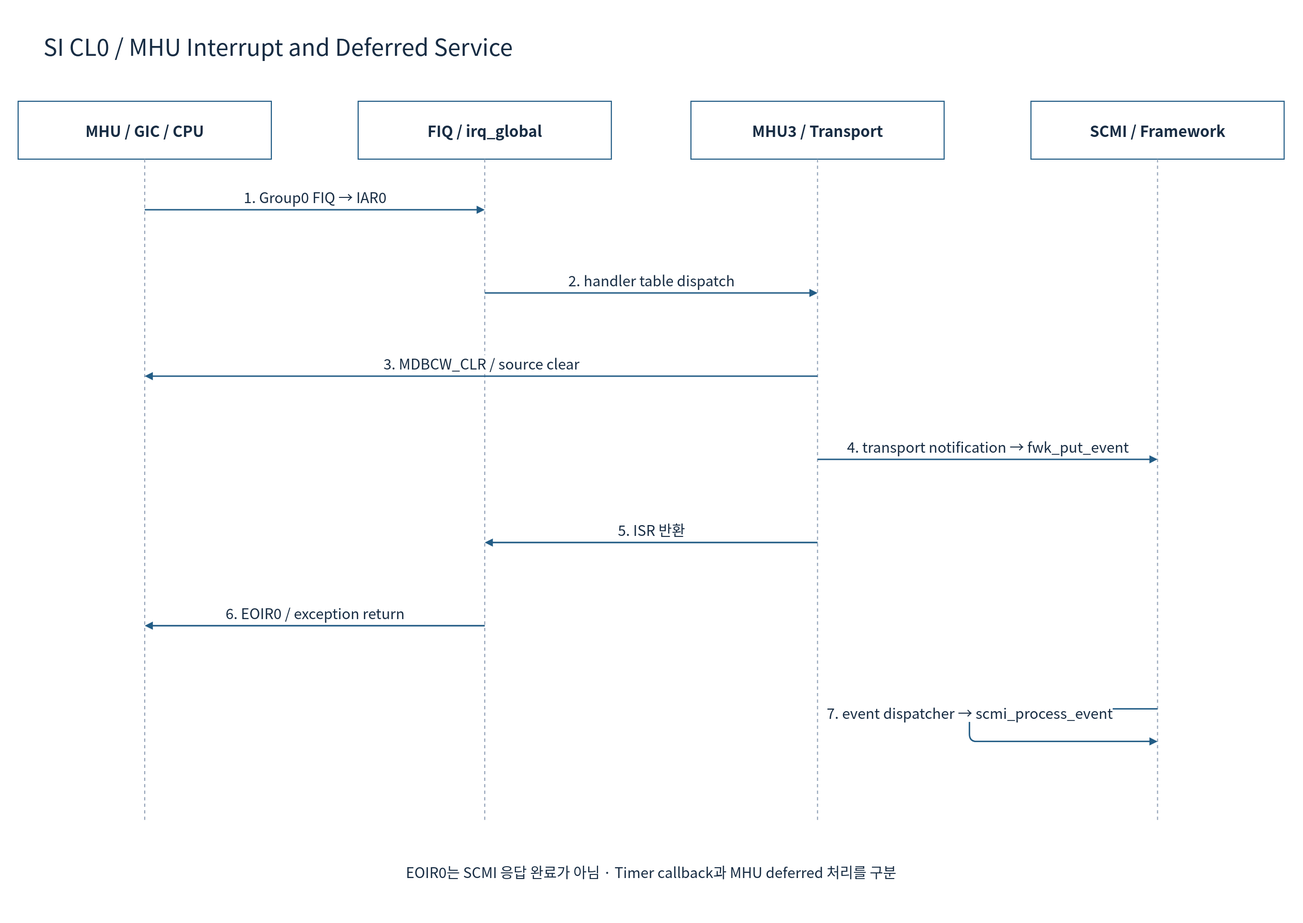
This is doc/phase1/interrupt/diagrams/09e-scp-sequence.drawio.svg from cometzero/project-apollo, a draw.io export, as it was before one commit. Source tidied: cells renumbered, new cells last; positions are measured from the earlier drawing's top-left corner, leaving out a move shared by most shapes. Its diagram source:
```xml
<mxGraphModel background="#FFFFFF">
  <root>
    <mxCell id="0" />
    <mxCell id="1" parent="0" />
    <mxCell id="2" style="rounded=0;whiteSpace=wrap;html=1;fillColor=#FFFFFF;strokeColor=none;strokeWidth=1.5;fontColor=#172C43;fontFamily=Noto Sans CJK KR;fontSize=22;spacing=10;" parent="1" vertex="1">
      <mxGeometry width="1800" height="1275" as="geometry" />
    </mxCell>
    <mxCell id="3" value="SI CL0 / MHU Interrupt and Deferred Service" style="rounded=0;whiteSpace=wrap;html=1;fillColor=#FFFFFF;strokeColor=none;strokeWidth=1.5;fontColor=#172C43;fontFamily=Noto Sans CJK KR;fontSize=22;spacing=10;fontSize=32;align=left;" parent="1" vertex="1">
      <mxGeometry x="50" y="30" width="1700" height="65" as="geometry" />
    </mxCell>
    <mxCell id="4" value="MHU / GIC / CPU" style="rounded=0;whiteSpace=wrap;html=1;fillColor=#FFFFFF;strokeColor=#235D86;strokeWidth=1.5;fontColor=#172C43;fontFamily=Noto Sans CJK KR;fontSize=22;spacing=10;fontStyle=1;fontSize=21;" parent="1" vertex="1">
      <mxGeometry x="25" y="140" width="350" height="80" as="geometry" />
    </mxCell>
    <mxCell id="5" style="endArrow=none;dashed=1;strokeColor=#94A3B8;strokeWidth=1.5;" parent="1" edge="1">
      <mxGeometry relative="1" as="geometry">
        <mxPoint x="200" y="220" as="sourcePoint" />
        <mxPoint x="200" y="1135" as="targetPoint" />
      </mxGeometry>
    </mxCell>
    <mxCell id="6" value="FIQ / irq_global" style="rounded=0;whiteSpace=wrap;html=1;fillColor=#FFFFFF;strokeColor=#235D86;strokeWidth=1.5;fontColor=#172C43;fontFamily=Noto Sans CJK KR;fontSize=22;spacing=10;fontStyle=1;fontSize=21;" parent="1" vertex="1">
      <mxGeometry x="495" y="140" width="350" height="80" as="geometry" />
    </mxCell>
    <mxCell id="7" style="endArrow=none;dashed=1;strokeColor=#94A3B8;strokeWidth=1.5;" parent="1" edge="1">
      <mxGeometry relative="1" as="geometry">
        <mxPoint x="670" y="220" as="sourcePoint" />
        <mxPoint x="670" y="1135" as="targetPoint" />
      </mxGeometry>
    </mxCell>
    <mxCell id="8" value="MHU3 / Transport" style="rounded=0;whiteSpace=wrap;html=1;fillColor=#FFFFFF;strokeColor=#235D86;strokeWidth=1.5;fontColor=#172C43;fontFamily=Noto Sans CJK KR;fontSize=22;spacing=10;fontStyle=1;fontSize=21;" parent="1" vertex="1">
      <mxGeometry x="955" y="140" width="350" height="80" as="geometry" />
    </mxCell>
    <mxCell id="9" style="endArrow=none;dashed=1;strokeColor=#94A3B8;strokeWidth=1.5;" parent="1" edge="1">
      <mxGeometry relative="1" as="geometry">
        <mxPoint x="1130" y="220" as="sourcePoint" />
        <mxPoint x="1130" y="1135" as="targetPoint" />
      </mxGeometry>
    </mxCell>
    <mxCell id="10" value="SCMI / Framework" style="rounded=0;whiteSpace=wrap;html=1;fillColor=#FFFFFF;strokeColor=#235D86;strokeWidth=1.5;fontColor=#172C43;fontFamily=Noto Sans CJK KR;fontSize=22;spacing=10;fontStyle=1;fontSize=21;" parent="1" vertex="1">
      <mxGeometry x="1425" y="140" width="350" height="80" as="geometry" />
    </mxCell>
    <mxCell id="11" style="endArrow=none;dashed=1;strokeColor=#94A3B8;strokeWidth=1.5;" parent="1" edge="1">
      <mxGeometry relative="1" as="geometry">
        <mxPoint x="1600" y="220" as="sourcePoint" />
        <mxPoint x="1600" y="1135" as="targetPoint" />
      </mxGeometry>
    </mxCell>
    <mxCell id="12" value="1. Group0 FIQ → IAR0" style="edgeStyle=none;html=1;endArrow=block;endFill=1;strokeColor=#235D86;strokeWidth=2;fontColor=#172C43;fontFamily=Noto Sans CJK KR;fontSize=20;labelBackgroundColor=#FFFFFF;" parent="1" edge="1">
      <mxGeometry relative="1" as="geometry">
        <mxPoint x="200" y="290" as="sourcePoint" />
        <mxPoint x="670" y="290" as="targetPoint" />
        <mxPoint y="-18" as="offset" />
      </mxGeometry>
    </mxCell>
    <mxCell id="13" value="2. handler table dispatch" style="edgeStyle=none;html=1;endArrow=block;endFill=1;strokeColor=#235D86;strokeWidth=2;fontColor=#172C43;fontFamily=Noto Sans CJK KR;fontSize=20;labelBackgroundColor=#FFFFFF;" parent="1" edge="1">
      <mxGeometry relative="1" as="geometry">
        <mxPoint x="670" y="405" as="sourcePoint" />
        <mxPoint x="1130" y="405" as="targetPoint" />
        <mxPoint y="-18" as="offset" />
      </mxGeometry>
    </mxCell>
    <mxCell id="14" value="3. MDBCW_CLR / source clear" style="edgeStyle=none;html=1;endArrow=block;endFill=1;strokeColor=#235D86;strokeWidth=2;fontColor=#172C43;fontFamily=Noto Sans CJK KR;fontSize=20;labelBackgroundColor=#FFFFFF;" parent="1" edge="1">
      <mxGeometry relative="1" as="geometry">
        <mxPoint x="1130" y="520" as="sourcePoint" />
        <mxPoint x="200" y="520" as="targetPoint" />
        <mxPoint y="-18" as="offset" />
      </mxGeometry>
    </mxCell>
    <mxCell id="15" value="4. transport notification → fwk_put_event" style="edgeStyle=none;html=1;endArrow=block;endFill=1;strokeColor=#235D86;strokeWidth=2;fontColor=#172C43;fontFamily=Noto Sans CJK KR;fontSize=20;labelBackgroundColor=#FFFFFF;" parent="1" edge="1">
      <mxGeometry relative="1" as="geometry">
        <mxPoint x="1130" y="635" as="sourcePoint" />
        <mxPoint x="1600" y="635" as="targetPoint" />
        <mxPoint y="-18" as="offset" />
      </mxGeometry>
    </mxCell>
    <mxCell id="16" value="5. ISR 반환" style="edgeStyle=none;html=1;endArrow=block;endFill=1;strokeColor=#235D86;strokeWidth=2;fontColor=#172C43;fontFamily=Noto Sans CJK KR;fontSize=20;labelBackgroundColor=#FFFFFF;" parent="1" edge="1">
      <mxGeometry relative="1" as="geometry">
        <mxPoint x="1130" y="750" as="sourcePoint" />
        <mxPoint x="670" y="750" as="targetPoint" />
        <mxPoint y="-18" as="offset" />
      </mxGeometry>
    </mxCell>
    <mxCell id="17" value="6. EOIR0 / exception return" style="edgeStyle=none;html=1;endArrow=block;endFill=1;strokeColor=#235D86;strokeWidth=2;fontColor=#172C43;fontFamily=Noto Sans CJK KR;fontSize=20;labelBackgroundColor=#FFFFFF;" parent="1" edge="1">
      <mxGeometry relative="1" as="geometry">
        <mxPoint x="670" y="865" as="sourcePoint" />
        <mxPoint x="200" y="865" as="targetPoint" />
        <mxPoint y="-18" as="offset" />
      </mxGeometry>
    </mxCell>
    <mxCell id="18" value="7. event dispatcher → scmi_process_event" style="edgeStyle=none;html=1;endArrow=block;endFill=1;strokeColor=#235D86;strokeWidth=2;fontColor=#172C43;fontFamily=Noto Sans CJK KR;fontSize=20;labelBackgroundColor=#FFFFFF;" parent="1" edge="1">
      <mxGeometry relative="1" as="geometry">
        <mxPoint x="1600" y="980" as="sourcePoint" />
        <mxPoint x="1600" y="1025" as="targetPoint" />
        <Array as="points">
          <mxPoint x="1340" y="980" />
          <mxPoint x="1340" y="1025" />
        </Array>
        <mxPoint y="-18" as="offset" />
      </mxGeometry>
    </mxCell>
    <mxCell id="19" value="EOIR0는 SCMI 응답 완료가 아님 · Timer callback과 MHU deferred 처리를 구분" style="rounded=0;whiteSpace=wrap;html=1;fillColor=#FFFFFF;strokeColor=none;strokeWidth=1.5;fontColor=#172C43;fontFamily=Noto Sans CJK KR;fontSize=22;spacing=10;fontSize=20;" parent="1" vertex="1">
      <mxGeometry x="50" y="1175" width="1700" height="60" as="geometry" />
    </mxCell>
  </root>
</mxGraphModel>
```
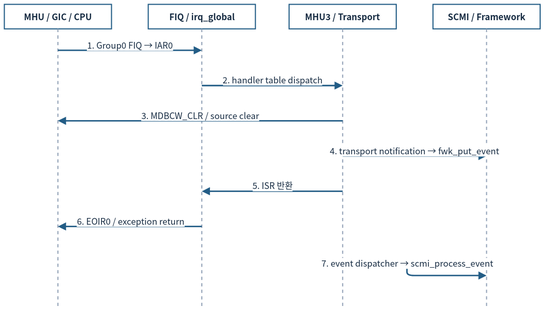
After the change.

What changed in the source:
```diff
@@ -2,103 +2,94 @@
   <root>
     <mxCell id="0" />
     <mxCell id="1" parent="0" />
-    <mxCell id="2" style="rounded=0;whiteSpace=wrap;html=1;fillColor=#FFFFFF;strokeColor=none;strokeWidth=1.5;fontColor=#172C43;fontFamily=Noto Sans CJK KR;fontSize=22;spacing=10;" parent="1" vertex="1">
-      <mxGeometry width="1800" height="1275" as="geometry" />
-    </mxCell>
-    <mxCell id="3" value="SI CL0 / MHU Interrupt and Deferred Service" style="rounded=0;whiteSpace=wrap;html=1;fillColor=#FFFFFF;strokeColor=none;strokeWidth=1.5;fontColor=#172C43;fontFamily=Noto Sans CJK KR;fontSize=22;spacing=10;fontSize=32;align=left;" parent="1" vertex="1">
-      <mxGeometry x="50" y="30" width="1700" height="65" as="geometry" />
-    </mxCell>
-    <mxCell id="4" value="MHU / GIC / CPU" style="rounded=0;whiteSpace=wrap;html=1;fillColor=#FFFFFF;strokeColor=#235D86;strokeWidth=1.5;fontColor=#172C43;fontFamily=Noto Sans CJK KR;fontSize=22;spacing=10;fontStyle=1;fontSize=21;" parent="1" vertex="1">
-      <mxGeometry x="25" y="140" width="350" height="80" as="geometry" />
+    <mxCell id="4" value="MHU / GIC / CPU" style="rounded=0;whiteSpace=wrap;html=1;fillColor=#FFFFFF;strokeColor=#235D86;strokeWidth=1.5;fontColor=#172C43;fontFamily=Noto Sans CJK KR;fontStyle=1;fontSize=12;spacing=3;whiteSpace=wrap;" parent="1" vertex="1">
+      <mxGeometry x="12" y="12" width="148" height="33.8" as="geometry" />
     </mxCell>
-    <mxCell id="5" style="endArrow=none;dashed=1;strokeColor=#94A3B8;strokeWidth=1.5;" parent="1" edge="1">
+    <mxCell id="5" style="endArrow=none;dashed=1;strokeColor=#94A3B8;strokeWidth=1.5;fontSize=12;spacing=3;whiteSpace=nowrap;" parent="1" edge="1">
       <mxGeometry relative="1" as="geometry">
-        <mxPoint x="200" y="220" as="sourcePoint" />
-        <mxPoint x="200" y="1135" as="targetPoint" />
+        <mxPoint x="86" y="45.8" as="sourcePoint" />
+        <mxPoint x="86" y="432.7" as="targetPoint" />
       </mxGeometry>
     </mxCell>
-    <mxCell id="6" value="FIQ / irq_global" style="rounded=0;whiteSpace=wrap;html=1;fillColor=#FFFFFF;strokeColor=#235D86;strokeWidth=1.5;fontColor=#172C43;fontFamily=Noto Sans CJK KR;fontSize=22;spacing=10;fontStyle=1;fontSize=21;" parent="1" vertex="1">
-      <mxGeometry x="495" y="140" width="350" height="80" as="geometry" />
+    <mxCell id="6" value="FIQ / irq_global" style="rounded=0;whiteSpace=wrap;html=1;fillColor=#FFFFFF;strokeColor=#235D86;strokeWidth=1.5;fontColor=#172C43;fontFamily=Noto Sans CJK KR;fontStyle=1;fontSize=12;spacing=3;whiteSpace=wrap;" parent="1" vertex="1">
+      <mxGeometry x="210.7" y="12" width="148" height="33.8" as="geometry" />
     </mxCell>
-    <mxCell id="7" style="endArrow=none;dashed=1;strokeColor=#94A3B8;strokeWidth=1.5;" parent="1" edge="1">
+    <mxCell id="7" style="endArrow=none;dashed=1;strokeColor=#94A3B8;strokeWidth=1.5;fontSize=12;spacing=3;whiteSpace=nowrap;" parent="1" edge="1">
       <mxGeometry relative="1" as="geometry">
-        <mxPoint x="670" y="220" as="sourcePoint" />
-        <mxPoint x="670" y="1135" as="targetPoint" />
+        <mxPoint x="284.7" y="45.8" as="sourcePoint" />
+        <mxPoint x="284.7" y="432.7" as="targetPoint" />
       </mxGeometry>
     </mxCell>
-    <mxCell id="8" value="MHU3 / Transport" style="rounded=0;whiteSpace=wrap;html=1;fillColor=#FFFFFF;strokeColor=#235D86;strokeWidth=1.5;fontColor=#172C43;fontFamily=Noto Sans CJK KR;fontSize=22;spacing=10;fontStyle=1;fontSize=21;" parent="1" vertex="1">
-      <mxGeometry x="955" y="140" width="350" height="80" as="geometry" />
+    <mxCell id="8" value="MHU3 / Transport" style="rounded=0;whiteSpace=wrap;html=1;fillColor=#FFFFFF;strokeColor=#235D86;strokeWidth=1.5;fontColor=#172C43;fontFamily=Noto Sans CJK KR;fontStyle=1;fontSize=12;spacing=3;whiteSpace=wrap;" parent="1" vertex="1">
+      <mxGeometry x="405.3" y="12" width="148" height="33.8" as="geometry" />
     </mxCell>
-    <mxCell id="9" style="endArrow=none;dashed=1;strokeColor=#94A3B8;strokeWidth=1.5;" parent="1" edge="1">
+    <mxCell id="9" style="endArrow=none;dashed=1;strokeColor=#94A3B8;strokeWidth=1.5;fontSize=12;spacing=3;whiteSpace=nowrap;" parent="1" edge="1">
       <mxGeometry relative="1" as="geometry">
-        <mxPoint x="1130" y="220" as="sourcePoint" />
-        <mxPoint x="1130" y="1135" as="targetPoint" />
+        <mxPoint x="479.3" y="45.8" as="sourcePoint" />
+        <mxPoint x="479.3" y="432.7" as="targetPoint" />
       </mxGeometry>
     </mxCell>
-    <mxCell id="10" value="SCMI / Framework" style="rounded=0;whiteSpace=wrap;html=1;fillColor=#FFFFFF;strokeColor=#235D86;strokeWidth=1.5;fontColor=#172C43;fontFamily=Noto Sans CJK KR;fontSize=22;spacing=10;fontStyle=1;fontSize=21;" parent="1" vertex="1">
-      <mxGeometry x="1425" y="140" width="350" height="80" as="geometry" />
+    <mxCell id="10" value="SCMI / Framework" style="rounded=0;whiteSpace=wrap;html=1;fillColor=#FFFFFF;strokeColor=#235D86;strokeWidth=1.5;fontColor=#172C43;fontFamily=Noto Sans CJK KR;fontStyle=1;fontSize=12;spacing=3;whiteSpace=wrap;" parent="1" vertex="1">
+      <mxGeometry x="604" y="12" width="148" height="33.8" as="geometry" />
     </mxCell>
-    <mxCell id="11" style="endArrow=none;dashed=1;strokeColor=#94A3B8;strokeWidth=1.5;" parent="1" edge="1">
+    <mxCell id="11" style="endArrow=none;dashed=1;strokeColor=#94A3B8;strokeWidth=1.5;fontSize=12;spacing=3;whiteSpace=nowrap;" parent="1" edge="1">
       <mxGeometry relative="1" as="geometry">
-        <mxPoint x="1600" y="220" as="sourcePoint" />
-        <mxPoint x="1600" y="1135" as="targetPoint" />
+        <mxPoint x="678" y="45.8" as="sourcePoint" />
+        <mxPoint x="678" y="432.7" as="targetPoint" />
       </mxGeometry>
     </mxCell>
-    <mxCell id="12" value="1. Group0 FIQ → IAR0" style="edgeStyle=none;html=1;endArrow=block;endFill=1;strokeColor=#235D86;strokeWidth=2;fontColor=#172C43;fontFamily=Noto Sans CJK KR;fontSize=20;labelBackgroundColor=#FFFFFF;" parent="1" edge="1">
+    <mxCell id="12" value="1. Group0 FIQ → IAR0" style="edgeStyle=none;html=1;endArrow=block;endFill=1;strokeColor=#235D86;strokeWidth=2;fontColor=#172C43;fontFamily=Noto Sans CJK KR;labelBackgroundColor=#FFFFFF;fontSize=12;spacing=3;whiteSpace=nowrap;" parent="1" edge="1">
       <mxGeometry relative="1" as="geometry">
-        <mxPoint x="200" y="290" as="sourcePoint" />
-        <mxPoint x="670" y="290" as="targetPoint" />
-        <mxPoint y="-18" as="offset" />
+        <mxPoint x="86" y="75.4" as="sourcePoint" />
+        <mxPoint x="284.7" y="75.4" as="targetPoint" />
+        <mxPoint y="-7.6" as="offset" />
       </mxGeometry>
     </mxCell>
-    <mxCell id="13" value="2. handler table dispatch" style="edgeStyle=none;html=1;endArrow=block;endFill=1;strokeColor=#235D86;strokeWidth=2;fontColor=#172C43;fontFamily=Noto Sans CJK KR;fontSize=20;labelBackgroundColor=#FFFFFF;" parent="1" edge="1">
+    <mxCell id="13" value="2. handler table dispatch" style="edgeStyle=none;html=1;endArrow=block;endFill=1;strokeColor=#235D86;strokeWidth=2;fontColor=#172C43;fontFamily=Noto Sans CJK KR;labelBackgroundColor=#FFFFFF;fontSize=12;spacing=3;whiteSpace=nowrap;" parent="1" edge="1">
       <mxGeometry relative="1" as="geometry">
-        <mxPoint x="670" y="405" as="sourcePoint" />
-        <mxPoint x="1130" y="405" as="targetPoint" />
-        <mxPoint y="-18" as="offset" />
+        <mxPoint x="284.7" y="124.1" as="sourcePoint" />
+        <mxPoint x="479.3" y="124.1" as="targetPoint" />
+        <mxPoint y="-7.6" as="offset" />
       </mxGeometry>
     </mxCell>
-    <mxCell id="14" value="3. MDBCW_CLR / source clear" style="edgeStyle=none;html=1;endArrow=block;endFill=1;strokeColor=#235D86;strokeWidth=2;fontColor=#172C43;fontFamily=Noto Sans CJK KR;fontSize=20;labelBackgroundColor=#FFFFFF;" parent="1" edge="1">
+    <mxCell id="14" value="3. MDBCW_CLR / source clear" style="edgeStyle=none;html=1;endArrow=block;endFill=1;strokeColor=#235D86;strokeWidth=2;fontColor=#172C43;fontFamily=Noto Sans CJK KR;labelBackgroundColor=#FFFFFF;fontSize=12;spacing=3;whiteSpace=nowrap;" parent="1" edge="1">
       <mxGeometry relative="1" as="geometry">
-        <mxPoint x="1130" y="520" as="sourcePoint" />
-        <mxPoint x="200" y="520" as="targetPoint" />
-        <mxPoint y="-18" as="offset" />
+        <mxPoint x="479.3" y="172.7" as="sourcePoint" />
+        <mxPoint x="86" y="172.7" as="targetPoint" />
+        <mxPoint y="-7.6" as="offset" />
       </mxGeometry>
     </mxCell>
-    <mxCell id="15" value="4. transport notification → fwk_put_event" style="edgeStyle=none;html=1;endArrow=block;endFill=1;strokeColor=#235D86;strokeWidth=2;fontColor=#172C43;fontFamily=Noto Sans CJK KR;fontSize=20;labelBackgroundColor=#FFFFFF;" parent="1" edge="1">
+    <mxCell id="15" value="4. transport notification → fwk_put_event" style="edgeStyle=none;html=1;endArrow=block;endFill=1;strokeColor=#235D86;strokeWidth=2;fontColor=#172C43;fontFamily=Noto Sans CJK KR;labelBackgroundColor=#FFFFFF;fontSize=12;spacing=3;whiteSpace=nowrap;" parent="1" edge="1">
       <mxGeometry relative="1" as="geometry">
-        <mxPoint x="1130" y="635" as="sourcePoint" />
-        <mxPoint x="1600" y="635" as="targetPoint" />
-        <mxPoint y="-18" as="offset" />
+        <mxPoint x="479.3" y="221.3" as="sourcePoint" />
+        <mxPoint x="678" y="221.3" as="targetPoint" />
+        <mxPoint y="-7.6" as="offset" />
       </mxGeometry>
     </mxCell>
-    <mxCell id="16" value="5. ISR 반환" style="edgeStyle=none;html=1;endArrow=block;endFill=1;strokeColor=#235D86;strokeWidth=2;fontColor=#172C43;fontFamily=Noto Sans CJK KR;fontSize=20;labelBackgroundColor=#FFFFFF;" parent="1" edge="1">
+    <mxCell id="16" value="5. ISR 반환" style="edgeStyle=none;html=1;endArrow=block;endFill=1;strokeColor=#235D86;strokeWidth=2;fontColor=#172C43;fontFamily=Noto Sans CJK KR;labelBackgroundColor=#FFFFFF;fontSize=12;spacing=3;whiteSpace=nowrap;" parent="1" edge="1">
       <mxGeometry relative="1" as="geometry">
-        <mxPoint x="1130" y="750" as="sourcePoint" />
-        <mxPoint x="670" y="750" as="targetPoint" />
-        <mxPoint y="-18" as="offset" />
+        <mxPoint x="479.3" y="269.9" as="sourcePoint" />
+        <mxPoint x="284.7" y="269.9" as="targetPoint" />
+        <mxPoint y="-7.6" as="offset" />
       </mxGeometry>
     </mxCell>
-    <mxCell id="17" value="6. EOIR0 / exception return" style="edgeStyle=none;html=1;endArrow=block;endFill=1;strokeColor=#235D86;strokeWidth=2;fontColor=#172C43;fontFamily=Noto Sans CJK KR;fontSize=20;labelBackgroundColor=#FFFFFF;" parent="1" edge="1">
+    <mxCell id="17" value="6. EOIR0 / exception return" style="edgeStyle=none;html=1;endArrow=block;endFill=1;strokeColor=#235D86;strokeWidth=2;fontColor=#172C43;fontFamily=Noto Sans CJK KR;labelBackgroundColor=#FFFFFF;fontSize=12;spacing=3;whiteSpace=nowrap;" parent="1" edge="1">
       <mxGeometry relative="1" as="geometry">
-        <mxPoint x="670" y="865" as="sourcePoint" />
-        <mxPoint x="200" y="865" as="targetPoint" />
-        <mxPoint y="-18" as="offset" />
+        <mxPoint x="284.7" y="318.6" as="sourcePoint" />
+        <mxPoint x="86" y="318.6" as="targetPoint" />
+        <mxPoint y="-7.6" as="offset" />
       </mxGeometry>
     </mxCell>
-    <mxCell id="18" value="7. event dispatcher → scmi_process_event" style="edgeStyle=none;html=1;endArrow=block;endFill=1;strokeColor=#235D86;strokeWidth=2;fontColor=#172C43;fontFamily=Noto Sans CJK KR;fontSize=20;labelBackgroundColor=#FFFFFF;" parent="1" edge="1">
+    <mxCell id="18" value="7. event dispatcher → scmi_process_event" style="edgeStyle=none;html=1;endArrow=block;endFill=1;strokeColor=#235D86;strokeWidth=2;fontColor=#172C43;fontFamily=Noto Sans CJK KR;labelBackgroundColor=#FFFFFF;fontSize=12;spacing=3;whiteSpace=nowrap;" parent="1" edge="1">
       <mxGeometry relative="1" as="geometry">
-        <mxPoint x="1600" y="980" as="sourcePoint" />
-        <mxPoint x="1600" y="1025" as="targetPoint" />
+        <mxPoint x="678" y="367.2" as="sourcePoint" />
+        <mxPoint x="678" y="386.2" as="targetPoint" />
         <Array as="points">
-          <mxPoint x="1340" y="980" />
-          <mxPoint x="1340" y="1025" />
+          <mxPoint x="568.1" y="367.2" />
+          <mxPoint x="568.1" y="386.2" />
         </Array>
-        <mxPoint y="-18" as="offset" />
+        <mxPoint y="-7.6" as="offset" />
       </mxGeometry>
     </mxCell>
-    <mxCell id="19" value="EOIR0는 SCMI 응답 완료가 아님 · Timer callback과 MHU deferred 처리를 구분" style="rounded=0;whiteSpace=wrap;html=1;fillColor=#FFFFFF;strokeColor=none;strokeWidth=1.5;fontColor=#172C43;fontFamily=Noto Sans CJK KR;fontSize=22;spacing=10;fontSize=20;" parent="1" vertex="1">
-      <mxGeometry x="50" y="1175" width="1700" height="60" as="geometry" />
-    </mxCell>
   </root>
 </mxGraphModel>
```
